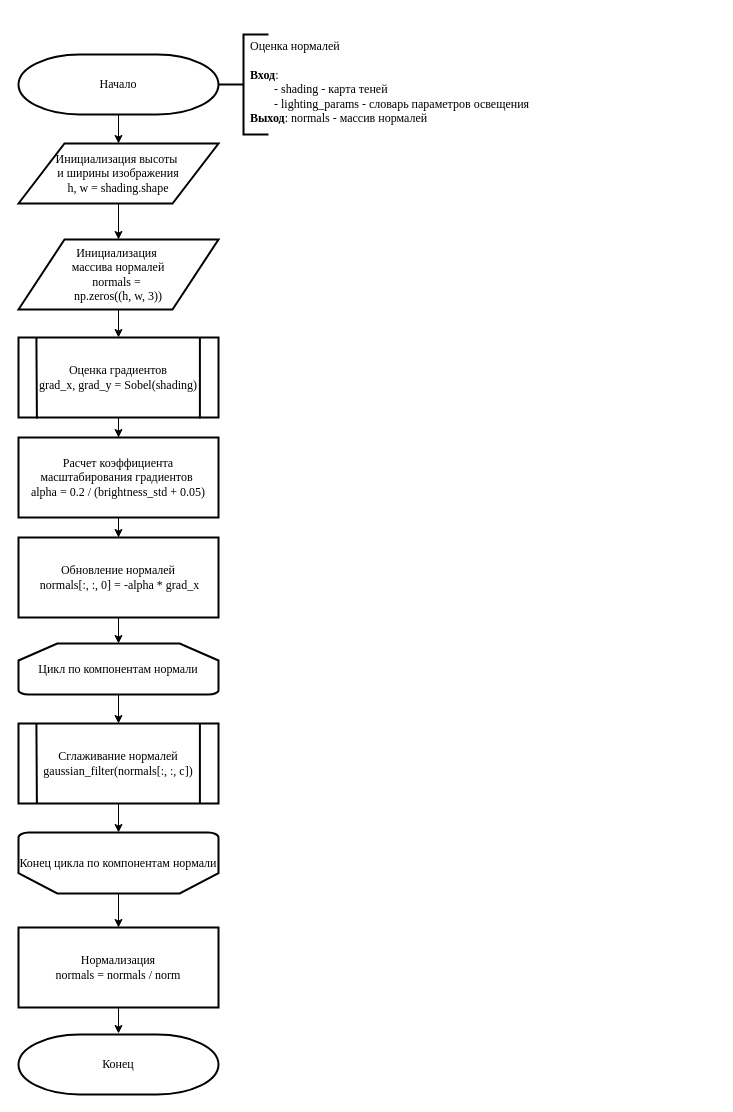
lalala-0/VKR_BMSTU keeps this draw.io diagram as page "Оценка нормалей" (7 of 8) of report/Диаграммки.drawio. Above is the earlier version. Source tidied: cells renumbered, new cells numbered last; positions are measured from the earlier drawing's top-left corner, leaving out a move shared by most shapes. Both pictures are drawn from the tidied source at 100%, with x=0, y=0 at pixel (18, 34).
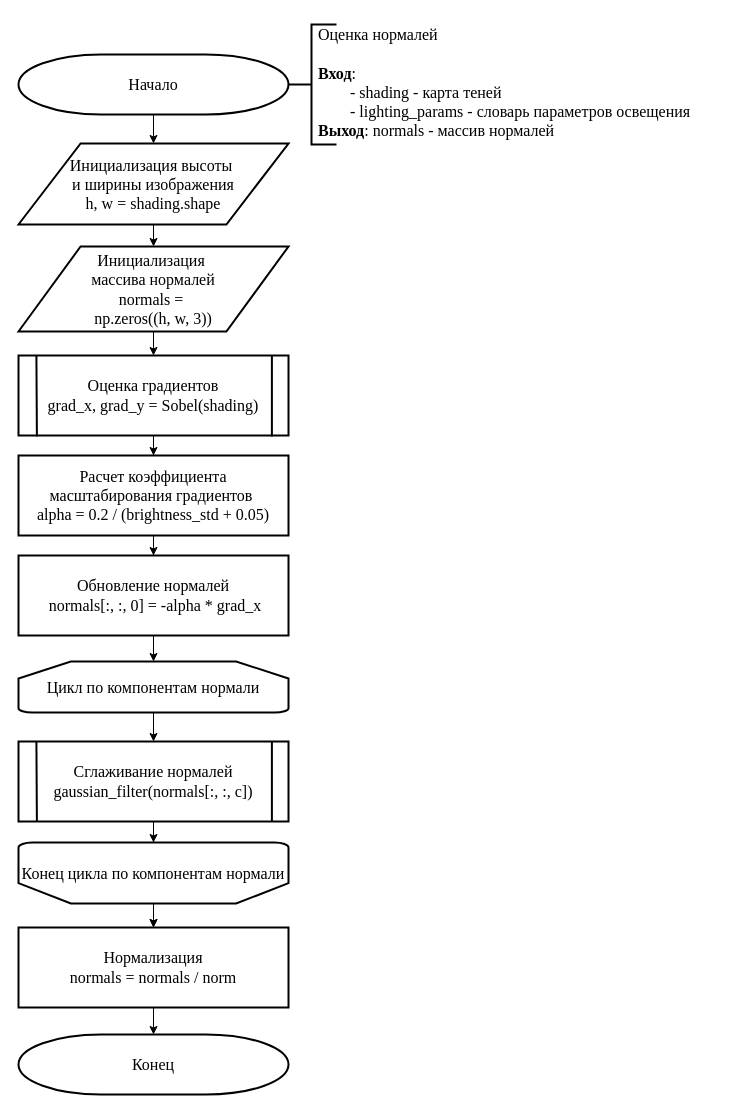
After the change.

The edit, as a diff of the source:
```diff
@@
-    <mxCell id="2" style="edgeStyle=orthogonalEdgeStyle;rounded=0;jettySize=auto;html=1;fontSize=12;" parent="1" edge="1" source="3" target="5">
+    <mxCell id="2" style="edgeStyle=orthogonalEdgeStyle;rounded=0;jettySize=auto;html=1;fontSize=16;" parent="1" edge="1" source="3" target="5">
       <mxGeometry relative="1" as="geometry" />
     </mxCell>
-    <mxCell id="3" value="Оценка градиентов&lt;div&gt;grad_x, grad_y = Sobel(shading)&lt;/div&gt;" style="rounded=0;whiteSpace=wrap;html=1;strokeWidth=2;fontFamily=Times New Roman;fontSize=12;" parent="1" vertex="1">
-      <mxGeometry y="303" width="200" height="80" as="geometry" />
+    <mxCell id="3" value="Оценка градиентов&lt;div&gt;grad_x, grad_y = Sobel(shading)&lt;/div&gt;" style="rounded=0;whiteSpace=wrap;html=1;strokeWidth=2;fontFamily=Times New Roman;fontSize=16;" parent="1" vertex="1">
+      <mxGeometry y="321" width="270" height="80" as="geometry" />
     </mxCell>
-    <mxCell id="4" style="edgeStyle=orthogonalEdgeStyle;rounded=0;jettySize=auto;html=1;fontSize=12;" parent="1" edge="1" source="5" target="7">
+    <mxCell id="4" style="edgeStyle=orthogonalEdgeStyle;rounded=0;jettySize=auto;html=1;fontSize=16;" parent="1" edge="1" source="5" target="7">
       <mxGeometry relative="1" as="geometry" />
     </mxCell>
-    <mxCell id="5" value="Расчет коэффициента масштабирования градиентов&amp;nbsp;&lt;div&gt;alpha = 0.2 / (brightness_std + 0.05)&lt;/div&gt;" style="rounded=0;whiteSpace=wrap;html=1;strokeWidth=2;fontFamily=Times New Roman;fontSize=12;" parent="1" vertex="1">
-      <mxGeometry y="403" width="200" height="80" as="geometry" />
+    <mxCell id="5" value="Расчет коэффициента масштабирования градиентов&amp;nbsp;&lt;div&gt;alpha = 0.2 / (brightness_std + 0.05)&lt;/div&gt;" style="rounded=0;whiteSpace=wrap;html=1;strokeWidth=2;fontFamily=Times New Roman;fontSize=16;" parent="1" vertex="1">
+      <mxGeometry y="421" width="270" height="80" as="geometry" />
     </mxCell>
-    <mxCell id="6" style="edgeStyle=orthogonalEdgeStyle;rounded=0;jettySize=auto;html=1;fontSize=12;" parent="1" edge="1" source="7" target="21">
+    <mxCell id="6" style="edgeStyle=orthogonalEdgeStyle;rounded=0;jettySize=auto;html=1;fontSize=16;" parent="1" edge="1" source="7" target="21">
       <mxGeometry relative="1" as="geometry" />
     </mxCell>
-    <mxCell id="7" value="Обновление нормалей&lt;div&gt;&amp;nbsp;normals[:, :, 0] = -alpha * grad_x&lt;/div&gt;" style="rounded=0;whiteSpace=wrap;html=1;strokeWidth=2;fontFamily=Times New Roman;fontSize=12;" parent="1" vertex="1">
-      <mxGeometry y="503" width="200" height="80" as="geometry" />
+    <mxCell id="7" value="Обновление нормалей&lt;div&gt;&amp;nbsp;normals[:, :, 0] = -alpha * grad_x&lt;/div&gt;" style="rounded=0;whiteSpace=wrap;html=1;strokeWidth=2;fontFamily=Times New Roman;fontSize=16;" parent="1" vertex="1">
+      <mxGeometry y="521" width="270" height="80" as="geometry" />
     </mxCell>
-    <mxCell id="8" style="edgeStyle=orthogonalEdgeStyle;rounded=0;jettySize=auto;html=1;fontSize=12;" parent="1" edge="1" source="9" target="23">
+    <mxCell id="8" style="edgeStyle=orthogonalEdgeStyle;rounded=0;jettySize=auto;html=1;" parent="1" edge="1" source="9" target="23">
       <mxGeometry relative="1" as="geometry" />
     </mxCell>
-    <mxCell id="9" value="Сглаживание нормалей gaussian_filter(normals[:, :, c])" style="rounded=0;whiteSpace=wrap;html=1;strokeWidth=2;fontFamily=Times New Roman;fontSize=12;" parent="1" vertex="1">
-      <mxGeometry y="689" width="200" height="80" as="geometry" />
+    <mxCell id="9" value="Сглаживание нормалей gaussian_filter(normals[:, :, c])" style="rounded=0;whiteSpace=wrap;html=1;strokeWidth=2;fontFamily=Times New Roman;fontSize=16;" parent="1" vertex="1">
+      <mxGeometry y="707" width="270" height="80" as="geometry" />
     </mxCell>
-    <mxCell id="10" style="edgeStyle=orthogonalEdgeStyle;rounded=0;jettySize=auto;html=1;fontSize=12;" parent="1" edge="1" source="11">
-      <mxGeometry relative="1" as="geometry">
-        <mxPoint x="100" y="999" as="targetPoint" />
-      </mxGeometry>
+    <mxCell id="10" style="edgeStyle=orthogonalEdgeStyle;rounded=0;jettySize=auto;html=1;fontSize=16;entryX=0.5;entryY=0;entryDx=0;entryDy=0;entryPerimeter=0;" parent="1" edge="1" source="11" target="24">
+      <mxGeometry relative="1" as="geometry" />
     </mxCell>
-    <mxCell id="11" value="Нормализация&lt;div&gt;normals = normals / norm&lt;/div&gt;" style="rounded=0;whiteSpace=wrap;html=1;strokeWidth=2;fontFamily=Times New Roman;fontSize=12;" parent="1" vertex="1">
-      <mxGeometry y="893" width="200" height="80" as="geometry" />
+    <mxCell id="11" value="Нормализация&lt;div&gt;normals = normals / norm&lt;/div&gt;" style="rounded=0;whiteSpace=wrap;html=1;strokeWidth=2;fontFamily=Times New Roman;fontSize=16;" parent="1" vertex="1">
+      <mxGeometry y="893" width="270" height="80" as="geometry" />
     </mxCell>
-    <mxCell id="12" style="strokeWidth=2;html=1;shape=mxgraph.flowchart.annotation_2;align=left;labelPosition=right;fontFamily=Times New Roman;fontSize=12;" parent="1" vertex="1">
-      <mxGeometry x="200" width="50" height="100" as="geometry" />
+    <mxCell id="12" style="strokeWidth=2;html=1;shape=mxgraph.flowchart.annotation_2;align=left;labelPosition=right;fontFamily=Times New Roman;fontSize=16;" parent="1" vertex="1">
+      <mxGeometry x="268" y="-10" width="50" height="120" as="geometry" />
     </mxCell>
-    <mxCell id="13" value="Оценка нормалей&lt;div&gt;&lt;br&gt;&lt;/div&gt;&lt;div&gt;&lt;b&gt;Вход&lt;/b&gt;:&amp;nbsp;&lt;/div&gt;&lt;div&gt;&lt;span style=&quot;white-space: pre;&quot;&gt;&#9;&lt;/span&gt;- shading - карта теней&lt;/div&gt;&lt;div&gt;&lt;span style=&quot;white-space: pre;&quot;&gt;&#9;&lt;/span&gt;-&amp;nbsp;lighting_params - словарь параметров освещения&lt;/div&gt;&lt;div&gt;&lt;b&gt;Выход&lt;/b&gt;:&lt;span style=&quot;background-color: transparent; color: light-dark(rgb(0, 0, 0), rgb(255, 255, 255));&quot;&gt;&amp;nbsp;normals - массив нормалей&lt;/span&gt;&lt;/div&gt;&lt;div&gt;&lt;span style=&quot;background-color: transparent; color: light-dark(rgb(0, 0, 0), rgb(255, 255, 255));&quot;&gt;&amp;nbsp;&lt;/span&gt;&lt;/div&gt;" style="text;html=1;align=left;verticalAlign=middle;strokeColor=none;fillColor=none;fontFamily=Times New Roman;fontSize=12;" parent="1" vertex="1">
-      <mxGeometry x="230" width="300" height="110" as="geometry" />
+    <mxCell id="13" value="Оценка нормалей&lt;div&gt;&lt;br&gt;&lt;/div&gt;&lt;div&gt;&lt;b&gt;Вход&lt;/b&gt;:&amp;nbsp;&lt;/div&gt;&lt;div&gt;&lt;span style=&quot;white-space: pre;&quot;&gt;&#9;&lt;/span&gt;- shading - карта теней&lt;/div&gt;&lt;div&gt;&lt;span style=&quot;white-space: pre;&quot;&gt;&#9;&lt;/span&gt;-&amp;nbsp;lighting_params - словарь параметров освещения&lt;/div&gt;&lt;div&gt;&lt;b&gt;Выход&lt;/b&gt;:&lt;span style=&quot;background-color: transparent; color: light-dark(rgb(0, 0, 0), rgb(255, 255, 255));&quot;&gt;&amp;nbsp;normals - массив нормалей&lt;/span&gt;&lt;/div&gt;&lt;div&gt;&lt;span style=&quot;background-color: transparent; color: light-dark(rgb(0, 0, 0), rgb(255, 255, 255));&quot;&gt;&amp;nbsp;&lt;/span&gt;&lt;/div&gt;" style="text;html=1;align=left;verticalAlign=middle;strokeColor=none;fillColor=none;fontFamily=Times New Roman;fontSize=16;" parent="1" vertex="1">
+      <mxGeometry x="298" y="-17" width="400" height="150" as="geometry" />
     </mxCell>
-    <mxCell id="14" style="edgeStyle=orthogonalEdgeStyle;rounded=0;jettySize=auto;html=1;fontSize=12;" parent="1" edge="1" source="15" target="17">
+    <mxCell id="14" style="edgeStyle=orthogonalEdgeStyle;rounded=0;jettySize=auto;html=1;fontSize=16;" parent="1" edge="1" source="15" target="17">
       <mxGeometry relative="1" as="geometry" />
     </mxCell>
-    <mxCell id="15" value="Начало" style="strokeWidth=2;html=1;shape=mxgraph.flowchart.terminator;whiteSpace=wrap;fontFamily=Times New Roman;fontSize=12;" parent="1" vertex="1">
-      <mxGeometry y="20" width="200" height="60" as="geometry" />
+    <mxCell id="15" value="Начало" style="strokeWidth=2;html=1;shape=mxgraph.flowchart.terminator;whiteSpace=wrap;fontFamily=Times New Roman;fontSize=16;" parent="1" vertex="1">
+      <mxGeometry y="20" width="270" height="60" as="geometry" />
     </mxCell>
-    <mxCell id="16" style="edgeStyle=orthogonalEdgeStyle;rounded=0;jettySize=auto;html=1;fontSize=12;" parent="1" edge="1" source="17" target="19">
+    <mxCell id="16" style="edgeStyle=orthogonalEdgeStyle;rounded=0;jettySize=auto;html=1;fontSize=16;" parent="1" edge="1" source="17" target="19">
       <mxGeometry relative="1" as="geometry" />
     </mxCell>
-    <mxCell id="17" value="&#10;Инициализация высоты &#10;и ширины изображения&#10; h, w = shading.shape &#10;" style="shape=parallelogram;strokeWidth=2;perimeter=parallelogramPerimeter;whiteSpace=wrap;rounded=0;arcSize=12;size=0.23;shadow=0;fontFamily=Times New Roman;fontSize=12;" parent="1" vertex="1">
-      <mxGeometry y="109" width="200" height="60" as="geometry" />
+    <mxCell id="17" value="&#10;Инициализация высоты &#10;и ширины изображения&#10; h, w = shading.shape &#10;" style="shape=parallelogram;strokeWidth=2;perimeter=parallelogramPerimeter;whiteSpace=wrap;rounded=0;arcSize=12;size=0.23;shadow=0;fontFamily=Times New Roman;fontSize=16;" parent="1" vertex="1">
+      <mxGeometry y="109" width="270" height="81" as="geometry" />
     </mxCell>
-    <mxCell id="18" style="edgeStyle=orthogonalEdgeStyle;rounded=0;jettySize=auto;html=1;fontSize=12;" parent="1" edge="1" source="19" target="3">
+    <mxCell id="18" style="edgeStyle=orthogonalEdgeStyle;rounded=0;jettySize=auto;html=1;" parent="1" edge="1" source="19" target="3">
       <mxGeometry relative="1" as="geometry" />
     </mxCell>
-    <mxCell id="19" value="&#10;Инициализация &#10;массива нормалей&#10;normals = &#10;np.zeros((h, w, 3))&#10;" style="shape=parallelogram;strokeWidth=2;perimeter=parallelogramPerimeter;whiteSpace=wrap;rounded=0;arcSize=12;size=0.23;shadow=0;fontFamily=Times New Roman;fontSize=12;" parent="1" vertex="1">
-      <mxGeometry y="205" width="200" height="70" as="geometry" />
+    <mxCell id="19" value="&#10;Инициализация &#10;массива нормалей&#10;normals = &#10;np.zeros((h, w, 3))&#10;" style="shape=parallelogram;strokeWidth=2;perimeter=parallelogramPerimeter;whiteSpace=wrap;rounded=0;arcSize=12;size=0.23;shadow=0;fontFamily=Times New Roman;fontSize=16;" parent="1" vertex="1">
+      <mxGeometry y="212" width="270" height="85" as="geometry" />
     </mxCell>
-    <mxCell id="20" style="edgeStyle=orthogonalEdgeStyle;rounded=0;jettySize=auto;html=1;fontSize=12;" parent="1" edge="1" source="21" target="9">
+    <mxCell id="20" style="edgeStyle=orthogonalEdgeStyle;rounded=0;jettySize=auto;html=1;fontSize=16;" parent="1" edge="1" source="21" target="9">
       <mxGeometry relative="1" as="geometry" />
     </mxCell>
-    <mxCell id="21" value="Цикл по компонентам нормали" style="strokeWidth=2;html=1;shape=mxgraph.flowchart.loop_limit;whiteSpace=wrap;fontFamily=Times New Roman;fontSize=12;" parent="1" vertex="1">
-      <mxGeometry y="609" width="200" height="51" as="geometry" />
+    <mxCell id="21" value="Цикл по компонентам нормали" style="strokeWidth=2;html=1;shape=mxgraph.flowchart.loop_limit;whiteSpace=wrap;fontFamily=Times New Roman;fontSize=16;" parent="1" vertex="1">
+      <mxGeometry y="627" width="270" height="51" as="geometry" />
     </mxCell>
-    <mxCell id="22" style="edgeStyle=orthogonalEdgeStyle;rounded=0;jettySize=auto;html=1;fontSize=12;" parent="1" edge="1" source="23" target="11">
+    <mxCell id="22" style="edgeStyle=orthogonalEdgeStyle;rounded=0;jettySize=auto;html=1;fontSize=16;" parent="1" edge="1" source="23" target="11">
       <mxGeometry relative="1" as="geometry" />
     </mxCell>
+    <mxCell id="29" style="edgeStyle=orthogonalEdgeStyle;rounded=0;jettySize=auto;html=1;" parent="1" edge="1" source="23" target="11">
+      <mxGeometry relative="1" as="geometry" />
+    </mxCell>
-    <mxCell id="23" value="Конец цикла по компонентам нормали" style="strokeWidth=2;shape=mxgraph.flowchart.loop_limit;whiteSpace=wrap;direction=west;fontFamily=Times New Roman;fontSize=12;" parent="1" vertex="1">
-      <mxGeometry y="798" width="200" height="61" as="geometry" />
+    <mxCell id="23" value="Конец цикла по компонентам нормали" style="strokeWidth=2;shape=mxgraph.flowchart.loop_limit;whiteSpace=wrap;direction=west;fontFamily=Times New Roman;fontSize=16;" parent="1" vertex="1">
+      <mxGeometry y="808" width="270" height="61" as="geometry" />
     </mxCell>
-    <mxCell id="24" value="Конец" style="strokeWidth=2;html=1;shape=mxgraph.flowchart.terminator;whiteSpace=wrap;fontFamily=Times New Roman;fontSize=12;" parent="1" vertex="1">
-      <mxGeometry y="1000" width="200" height="60" as="geometry" />
+    <mxCell id="24" value="Конец" style="strokeWidth=2;html=1;shape=mxgraph.flowchart.terminator;whiteSpace=wrap;fontFamily=Times New Roman;fontSize=16;" parent="1" vertex="1">
+      <mxGeometry y="1000" width="270" height="60" as="geometry" />
     </mxCell>
-    <mxCell id="25" style="endArrow=none;html=1;rounded=0;strokeWidth=2;entryX=0.087;entryY=0.013;entryDx=0;entryDy=0;entryPerimeter=0;fontSize=12;" parent="1" edge="1">
+    <mxCell id="25" style="endArrow=none;html=1;rounded=0;strokeWidth=2;entryX=0.087;entryY=0.013;entryDx=0;entryDy=0;entryPerimeter=0;fontSize=16;" parent="1" edge="1">
       <mxGeometry relative="1" as="geometry">
-        <mxPoint x="18.4" y="384" as="sourcePoint" />
-        <mxPoint x="17.9" y="303" as="targetPoint" />
+        <mxPoint x="18.4" y="402" as="sourcePoint" />
+        <mxPoint x="17.9" y="321" as="targetPoint" />
       </mxGeometry>
     </mxCell>
-    <mxCell id="26" style="endArrow=none;html=1;rounded=0;strokeWidth=2;entryX=0.938;entryY=0.01;entryDx=0;entryDy=0;entryPerimeter=0;fontSize=12;" parent="1" edge="1">
+    <mxCell id="26" style="endArrow=none;html=1;rounded=0;strokeWidth=2;entryX=0.938;entryY=0.01;entryDx=0;entryDy=0;entryPerimeter=0;fontSize=16;" parent="1" edge="1">
       <mxGeometry relative="1" as="geometry">
-        <mxPoint x="181.4" y="384" as="sourcePoint" />
-        <mxPoint x="181.4" y="303" as="targetPoint" />
+        <mxPoint x="253.4" y="402" as="sourcePoint" />
+        <mxPoint x="253.4" y="321" as="targetPoint" />
       </mxGeometry>
     </mxCell>
-    <mxCell id="27" style="endArrow=none;html=1;rounded=0;strokeWidth=2;entryX=0.087;entryY=0.013;entryDx=0;entryDy=0;entryPerimeter=0;fontSize=12;" parent="1" edge="1">
+    <mxCell id="27" style="endArrow=none;html=1;rounded=0;strokeWidth=2;entryX=0.087;entryY=0.013;entryDx=0;entryDy=0;entryPerimeter=0;fontSize=16;" parent="1" edge="1">
       <mxGeometry relative="1" as="geometry">
-        <mxPoint x="18.4" y="769.5" as="sourcePoint" />
-        <mxPoint x="17.9" y="688.5" as="targetPoint" />
+        <mxPoint x="18.4" y="787.5" as="sourcePoint" />
+        <mxPoint x="17.9" y="706.5" as="targetPoint" />
       </mxGeometry>
     </mxCell>
-    <mxCell id="28" style="endArrow=none;html=1;rounded=0;strokeWidth=2;entryX=0.938;entryY=0.01;entryDx=0;entryDy=0;entryPerimeter=0;fontSize=12;" parent="1" edge="1">
+    <mxCell id="28" style="endArrow=none;html=1;rounded=0;strokeWidth=2;entryX=0.938;entryY=0.01;entryDx=0;entryDy=0;entryPerimeter=0;fontSize=16;" parent="1" edge="1">
       <mxGeometry relative="1" as="geometry">
-        <mxPoint x="181.4" y="769.5" as="sourcePoint" />
-        <mxPoint x="181.4" y="688.5" as="targetPoint" />
+        <mxPoint x="253.4" y="787.5" as="sourcePoint" />
+        <mxPoint x="253.4" y="706.5" as="targetPoint" />
       </mxGeometry>
     </mxCell>
```
